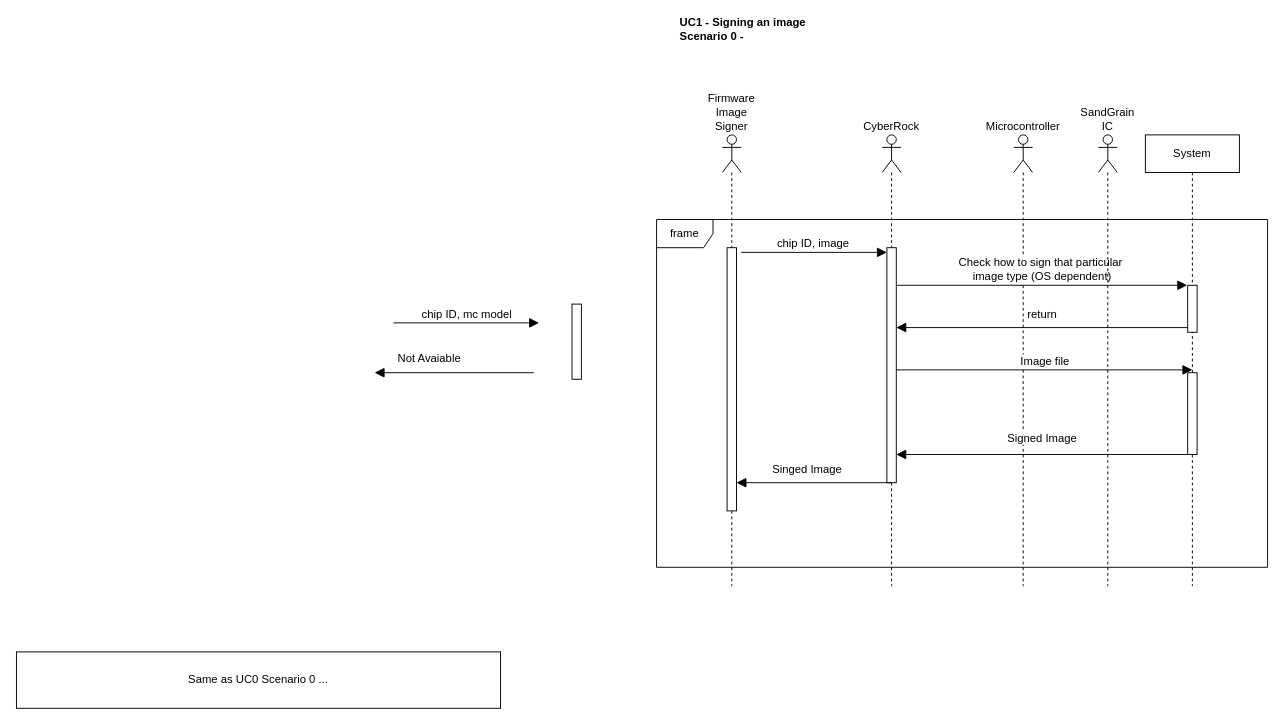
This is page "UC3 - In-field Firmware Update" (4 of 5) of Diagramme sans nom.drawio from EHxuban11/EHxuban11, a draw.io file, before an edit. Source tidied: cells renumbered, new cells numbered last; positions are measured from the earlier drawing's top-left corner, leaving out a move shared by most shapes. Both pictures are drawn from the tidied source at 94%, with x=0, y=0 at pixel (16, 22).
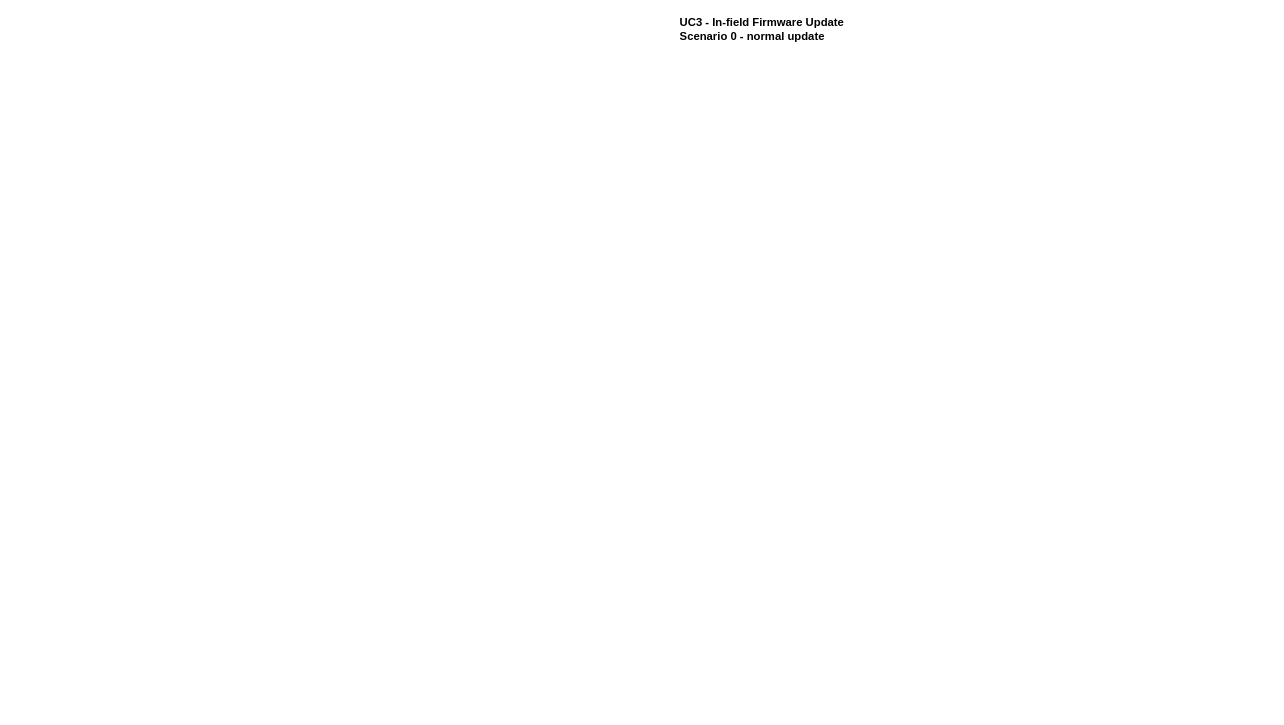
The same page after the edit.

Change to the diagram source:
```diff
@@
-    <mxCell id="2" value="System" style="shape=umlLifeline;perimeter=lifelinePerimeter;whiteSpace=wrap;html=1;newEdgeStyle={&quot;curved&quot;:0,&quot;rounded&quot;:0};" parent="1" vertex="1">
-      <mxGeometry x="1201" y="120" width="100" height="480" as="geometry" />
-    </mxCell>
-    <mxCell id="3" style="html=1;points=[[0,0,0,0,5],[0,1,0,0,-5],[1,0,0,0,5],[1,1,0,0,-5]];perimeter=orthogonalPerimeter;outlineConnect=0;targetShapes=umlLifeline;portConstraint=eastwest;newEdgeStyle={&quot;curved&quot;:0,&quot;rounded&quot;:0};" parent="2" vertex="1">
-      <mxGeometry x="45" y="160" width="10" height="50" as="geometry" />
-    </mxCell>
-    <mxCell id="4" value="Firmware Image Signer" style="shape=umlLifeline;perimeter=lifelinePerimeter;whiteSpace=wrap;html=1;newEdgeStyle={&quot;curved&quot;:0,&quot;rounded&quot;:0};participant=umlActor;labelPosition=center;verticalLabelPosition=top;align=center;verticalAlign=bottom;" parent="1" vertex="1">
-      <mxGeometry x="751" y="120" width="20" height="480" as="geometry" />
-    </mxCell>
-    <mxCell id="5" style="html=1;perimeter=orthogonalPerimeter;targetShapes=umlLifeline;newEdgeStyle={&quot;curved&quot;:0,&quot;rounded&quot;:0};" parent="4" vertex="1">
-      <mxGeometry x="5" y="120" width="10" height="280" as="geometry" />
-    </mxCell>
-    <mxCell id="6" value="UC1 - Signing an image&lt;div&gt;Scenario 0 -&amp;nbsp;&lt;/div&gt;" style="text;align=left;fontStyle=1;verticalAlign=middle;spacingLeft=3;spacingRight=3;strokeColor=none;html=1;" parent="1" vertex="1">
+    <mxCell id="6" value="&lt;div&gt;UC3 - In-field Firmware Update&amp;nbsp;&lt;/div&gt;&lt;div&gt;Scenario 0 - normal update&amp;nbsp;&lt;/div&gt;" style="text;align=left;fontStyle=1;verticalAlign=middle;spacingLeft=3;spacingRight=3;strokeColor=none;html=1;" parent="1" vertex="1">
       <mxGeometry x="701" width="180" height="16" as="geometry" />
     </mxCell>
-    <mxCell id="7" value="CyberRock" style="shape=umlLifeline;perimeter=lifelinePerimeter;whiteSpace=wrap;html=1;newEdgeStyle={&quot;curved&quot;:0,&quot;rounded&quot;:0};participant=umlActor;labelPosition=center;verticalLabelPosition=top;align=center;verticalAlign=bottom;" parent="1" vertex="1">
-      <mxGeometry x="921" y="120" width="20" height="480" as="geometry" />
-    </mxCell>
-    <mxCell id="8" style="html=1;points=[[0,0,0,0,5],[0,1,0,0,-5],[1,0,0,0,5],[1,1,0,0,-5]];perimeter=orthogonalPerimeter;outlineConnect=0;targetShapes=umlLifeline;portConstraint=eastwest;newEdgeStyle={&quot;curved&quot;:0,&quot;rounded&quot;:0};" parent="7" vertex="1">
-      <mxGeometry x="5" y="120" width="10" height="250" as="geometry" />
-    </mxCell>
-    <mxCell id="9" value="Microcontroller" style="shape=umlLifeline;perimeter=lifelinePerimeter;whiteSpace=wrap;html=1;newEdgeStyle={&quot;curved&quot;:0,&quot;rounded&quot;:0};participant=umlActor;labelPosition=center;verticalLabelPosition=top;align=center;verticalAlign=bottom;" parent="1" vertex="1">
-      <mxGeometry x="1061" y="120" width="20" height="480" as="geometry" />
-    </mxCell>
-    <mxCell id="10" value="Signed Image" style="html=1;verticalAlign=bottom;endArrow=block;curved=0;rounded=0;fontSize=12;startSize=8;endSize=8;exitX=0;exitY=1;exitDx=0;exitDy=-5;exitPerimeter=0;" parent="1" edge="1">
-      <mxGeometry y="-8" relative="1" as="geometry">
-        <mxPoint x="1246" y="460" as="sourcePoint" />
-        <mxPoint x="936" y="460" as="targetPoint" />
-      </mxGeometry>
-    </mxCell>
-    <mxCell id="11" value="frame" style="shape=umlFrame;whiteSpace=wrap;html=1;" parent="1" vertex="1">
-      <mxGeometry x="681" y="210" width="650" height="370" as="geometry" />
-    </mxCell>
-    <mxCell id="12" value="chip ID, image&amp;nbsp;" style="html=1;verticalAlign=bottom;endArrow=block;curved=0;rounded=0;entryX=0;entryY=0;entryDx=0;entryDy=5;fontSize=12;startSize=8;endSize=8;" parent="1" edge="1" target="8">
-      <mxGeometry relative="1" as="geometry">
-        <mxPoint x="771" y="245" as="sourcePoint" />
-      </mxGeometry>
-    </mxCell>
-    <mxCell id="13" value="Check how to sign that particular&amp;nbsp;&lt;div&gt;image type (OS dependent)&lt;/div&gt;" style="html=1;verticalAlign=bottom;endArrow=block;curved=0;rounded=0;fontSize=12;startSize=8;endSize=8;" parent="1" edge="1">
-      <mxGeometry relative="1" as="geometry">
-        <mxPoint x="936" y="280" as="sourcePoint" />
-        <mxPoint x="1245.5" y="280" as="targetPoint" />
-      </mxGeometry>
-    </mxCell>
-    <mxCell id="14" value="SandGrain IC" style="shape=umlLifeline;perimeter=lifelinePerimeter;whiteSpace=wrap;html=1;newEdgeStyle={&quot;curved&quot;:0,&quot;rounded&quot;:0};participant=umlActor;labelPosition=center;verticalLabelPosition=top;align=center;verticalAlign=bottom;" parent="1" vertex="1">
-      <mxGeometry x="1151" y="120" width="20" height="480" as="geometry" />
-    </mxCell>
-    <mxCell id="15" value="Same as UC0 Scenario 0 ..." style="rounded=0;whiteSpace=wrap;html=1;" parent="1" vertex="1">
-      <mxGeometry y="670" width="515" height="60" as="geometry" />
-    </mxCell>
-    <mxCell id="16" value="Singed Image" style="html=1;verticalAlign=bottom;endArrow=block;curved=0;rounded=0;fontSize=12;startSize=8;endSize=8;" parent="1" edge="1">
-      <mxGeometry x="0.09" y="-5" relative="1" as="geometry">
-        <mxPoint x="930.5" y="490" as="sourcePoint" />
-        <mxPoint x="766" y="490" as="targetPoint" />
-      </mxGeometry>
-    </mxCell>
-    <mxCell id="17" value="chip ID, mc model" style="html=1;verticalAlign=bottom;endArrow=block;curved=0;rounded=0;entryX=0;entryY=0;entryDx=0;entryDy=5;fontSize=12;startSize=8;endSize=8;" parent="1" edge="1">
-      <mxGeometry relative="1" as="geometry">
-        <mxPoint x="401" y="320" as="sourcePoint" />
-        <mxPoint x="556" y="320" as="targetPoint" />
-      </mxGeometry>
-    </mxCell>
-    <mxCell id="18" style="html=1;perimeter=orthogonalPerimeter;targetShapes=umlLifeline;newEdgeStyle={&quot;curved&quot;:0,&quot;rounded&quot;:0};" parent="1" vertex="1">
-      <mxGeometry x="591" y="300" width="10" height="80" as="geometry" />
-    </mxCell>
-    <mxCell id="19" value="Not Avaiable" style="html=1;verticalAlign=bottom;endArrow=block;curved=0;rounded=0;fontSize=12;startSize=8;endSize=8;" parent="1" edge="1">
-      <mxGeometry x="0.32" y="-6" relative="1" as="geometry">
-        <mxPoint x="550.5" y="373" as="sourcePoint" />
-        <mxPoint x="381" y="373" as="targetPoint" />
-      </mxGeometry>
-    </mxCell>
-    <mxCell id="20" value="return" style="html=1;verticalAlign=bottom;endArrow=block;curved=0;rounded=0;fontSize=12;startSize=8;endSize=8;exitX=0;exitY=1;exitDx=0;exitDy=-5;exitPerimeter=0;" parent="1" edge="1" source="3" target="8">
-      <mxGeometry y="-5" relative="1" as="geometry" />
-    </mxCell>
-    <mxCell id="21" value="Image file" style="html=1;verticalAlign=bottom;endArrow=block;curved=0;rounded=0;fontSize=12;startSize=8;endSize=8;" parent="1" edge="1" source="8">
-      <mxGeometry relative="1" as="geometry">
-        <mxPoint x="1251" y="370" as="targetPoint" />
-      </mxGeometry>
-    </mxCell>
-    <mxCell id="22" style="html=1;perimeter=orthogonalPerimeter;targetShapes=umlLifeline;newEdgeStyle={&quot;curved&quot;:0,&quot;rounded&quot;:0};" parent="1" vertex="1">
-      <mxGeometry x="1246" y="373" width="10" height="87" as="geometry" />
-    </mxCell>
```
